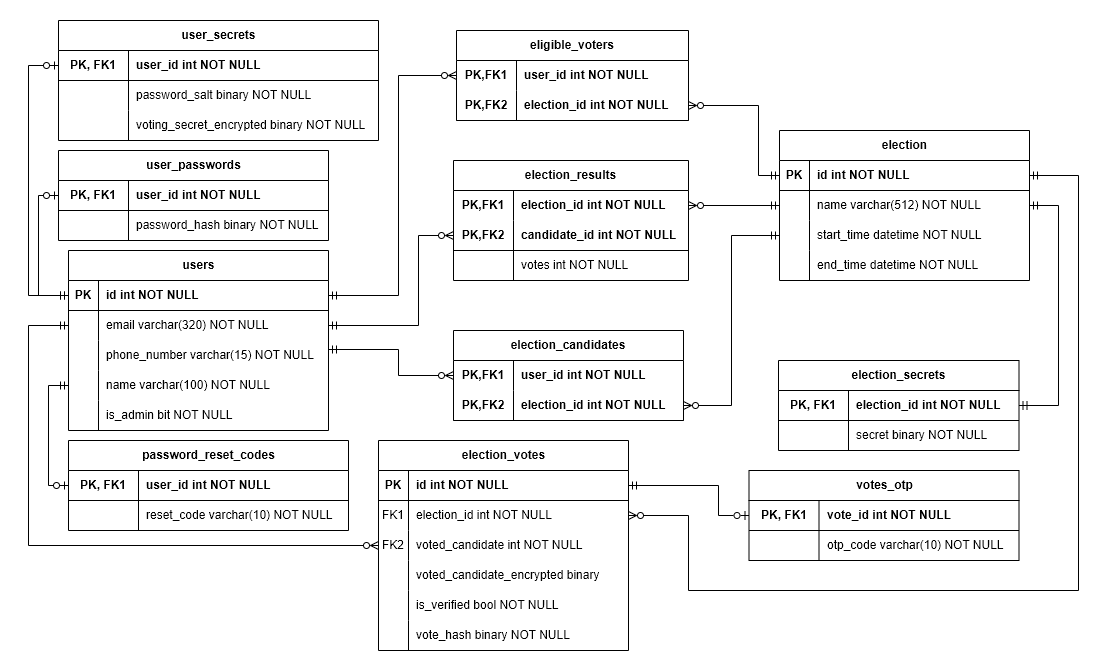
Before: EVotingSystem.Database/db_diagram.png, a diagram exported from draw.io (IrciHere/EVotingSystem). Source tidied: cells renumbered, new cells last; positions are measured from the earlier drawing's top-left corner, leaving out a move shared by most shapes.
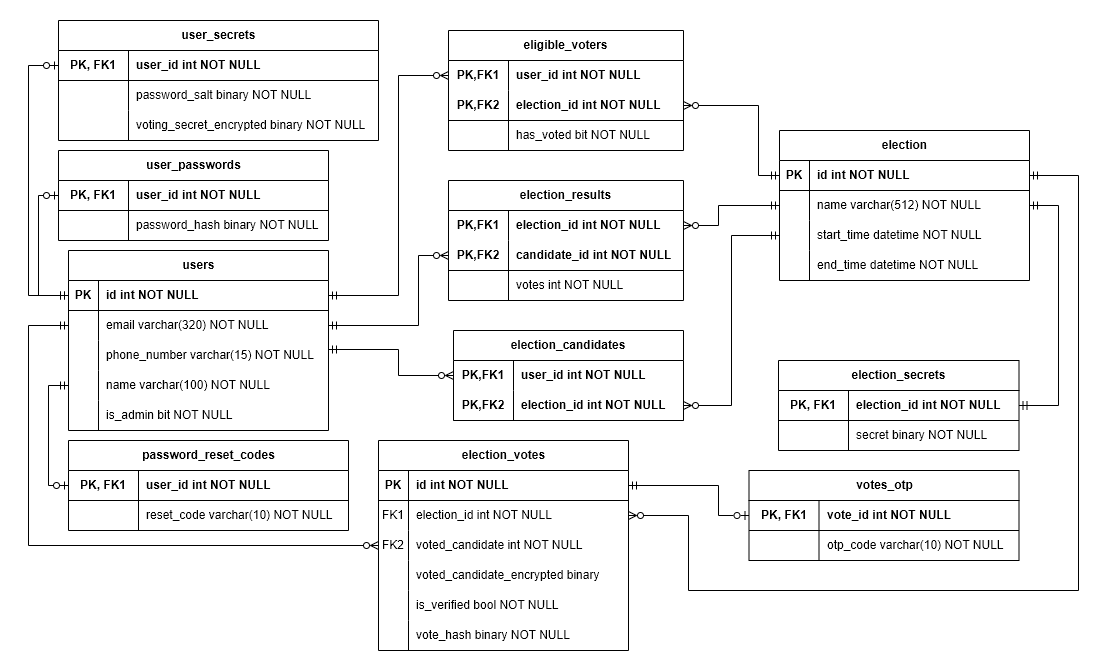
Above is the later version.

What changed in the source:
```diff
@@ -113,27 +113,6 @@
     <mxCell id="38" value="election_id int NOT NULL" style="shape=partialRectangle;fillColor=none;top=0;left=0;bottom=0;right=0;align=left;spacingLeft=6;fontStyle=1;overflow=hidden;html=1;whiteSpace=wrap;" parent="36" vertex="1">
       <mxGeometry x="60" width="170" height="30" as="geometry" />
     </mxCell>
-    <mxCell id="39" value="eligible_voters" style="shape=table;startSize=30;rowLines=0;fontStyle=1;align=center;html=1;whiteSpace=wrap;" parent="1" vertex="1">
-      <mxGeometry x="428" y="10" width="232" height="90" as="geometry" />
-    </mxCell>
-    <mxCell id="40" style="shape=tableRow;horizontal=0;startSize=0;swimlaneHead=0;swimlaneBody=0;fillColor=none;points=[[0,0.5],[1,0.5]];portConstraint=eastwest;top=0;left=0;right=0;bottom=0;html=1;" parent="39" vertex="1">
-      <mxGeometry y="30" width="232" height="30" as="geometry" />
-    </mxCell>
-    <mxCell id="41" value="PK,FK1" style="shape=partialRectangle;fillColor=none;top=0;left=0;bottom=0;right=0;fontStyle=1;overflow=hidden;html=1;whiteSpace=wrap;" parent="40" vertex="1">
-      <mxGeometry width="60" height="30" as="geometry" />
-    </mxCell>
-    <mxCell id="42" value="user_id int NOT NULL" style="shape=partialRectangle;fillColor=none;top=0;left=0;bottom=0;right=0;align=left;spacingLeft=6;fontStyle=1;overflow=hidden;html=1;whiteSpace=wrap;" parent="40" vertex="1">
-      <mxGeometry x="60" width="172" height="30" as="geometry" />
-    </mxCell>
-    <mxCell id="43" style="shape=tableRow;horizontal=0;startSize=0;swimlaneHead=0;swimlaneBody=0;fillColor=none;points=[[0,0.5],[1,0.5]];portConstraint=eastwest;top=0;left=0;right=0;bottom=1;html=1;" parent="39" vertex="1">
-      <mxGeometry y="60" width="232" height="30" as="geometry" />
-    </mxCell>
-    <mxCell id="44" value="PK,FK2" style="shape=partialRectangle;fillColor=none;top=0;left=0;bottom=0;right=0;fontStyle=1;overflow=hidden;html=1;whiteSpace=wrap;" parent="43" vertex="1">
-      <mxGeometry width="60" height="30" as="geometry" />
-    </mxCell>
-    <mxCell id="45" value="election_id int NOT NULL" style="shape=partialRectangle;fillColor=none;top=0;left=0;bottom=0;right=0;align=left;spacingLeft=6;fontStyle=1;overflow=hidden;html=1;whiteSpace=wrap;" parent="43" vertex="1">
-      <mxGeometry x="60" width="172" height="30" as="geometry" />
-    </mxCell>
     <mxCell id="46" value="election" style="shape=table;startSize=30;rowLines=0;fontStyle=1;align=center;html=1;swimlaneLine=1;verticalAlign=middle;" parent="1" vertex="1">
       <mxGeometry x="751" y="110" width="250" height="150" as="geometry" />
     </mxCell>
@@ -252,7 +231,7 @@
       <mxGeometry x="30" width="220" height="30" as="geometry" />
     </mxCell>
     <mxCell id="85" value="election_results" style="shape=table;startSize=30;rowLines=0;fontStyle=1;align=center;html=1;whiteSpace=wrap;" parent="1" vertex="1">
-      <mxGeometry x="425" y="140" width="235" height="120" as="geometry" />
+      <mxGeometry x="420" y="160" width="235" height="120" as="geometry" />
     </mxCell>
     <mxCell id="86" style="shape=tableRow;horizontal=0;startSize=0;swimlaneHead=0;swimlaneBody=0;fillColor=none;points=[[0,0.5],[1,0.5]];portConstraint=eastwest;top=0;left=0;right=0;bottom=0;html=1;" parent="85" vertex="1">
       <mxGeometry y="30" width="235" height="30" as="geometry" />
@@ -281,7 +260,7 @@
     <mxCell id="94" value="votes int NOT NULL" style="shape=partialRectangle;fillColor=none;top=0;left=0;bottom=0;right=0;align=left;spacingLeft=6;overflow=hidden;html=1;whiteSpace=wrap;" parent="92" vertex="1">
       <mxGeometry x="60" width="175" height="30" as="geometry" />
     </mxCell>
-    <mxCell id="95" style="edgeStyle=orthogonalEdgeStyle;rounded=0;jettySize=auto;html=1;exitX=0;exitY=0.5;exitDx=0;exitDy=0;entryX=1;entryY=0.5;entryDx=0;entryDy=0;endArrow=ERmandOne;endFill=0;startArrow=ERzeroToMany;startFill=0;" parent="1" edge="1" source="40" target="3">
+    <mxCell id="95" style="edgeStyle=orthogonalEdgeStyle;rounded=0;jettySize=auto;html=1;entryX=1;entryY=0.5;entryDx=0;entryDy=0;endArrow=ERmandOne;endFill=0;startArrow=ERzeroToMany;startFill=0;exitX=0;exitY=0.5;exitDx=0;exitDy=0;" parent="1" edge="1" source="125" target="3">
       <mxGeometry relative="1" as="geometry">
         <Array as="points">
           <mxPoint x="370" y="55" />
@@ -297,7 +276,7 @@
         </Array>
       </mxGeometry>
     </mxCell>
-    <mxCell id="97" style="edgeStyle=orthogonalEdgeStyle;rounded=0;jettySize=auto;html=1;exitX=0;exitY=0.5;exitDx=0;exitDy=0;entryX=1;entryY=0.5;entryDx=0;entryDy=0;endArrow=ERzeroToMany;endFill=0;startArrow=ERmandOne;startFill=0;" parent="1" edge="1" source="47" target="43">
+    <mxCell id="97" style="edgeStyle=orthogonalEdgeStyle;rounded=0;jettySize=auto;html=1;exitX=0;exitY=0.5;exitDx=0;exitDy=0;endArrow=ERzeroToMany;endFill=0;startArrow=ERmandOne;startFill=0;entryX=1;entryY=0.5;entryDx=0;entryDy=0;" parent="1" edge="1" source="47" target="126">
       <mxGeometry relative="1" as="geometry">
         <Array as="points">
           <mxPoint x="730" y="155" />
@@ -327,12 +306,17 @@
       </mxGeometry>
     </mxCell>
     <mxCell id="101" style="edgeStyle=orthogonalEdgeStyle;rounded=0;jettySize=auto;html=1;exitX=1;exitY=0.5;exitDx=0;exitDy=0;entryX=0;entryY=0.5;entryDx=0;entryDy=0;endArrow=ERmandOne;endFill=0;startArrow=ERzeroToMany;startFill=0;" parent="1" edge="1" source="86" target="50">
-      <mxGeometry relative="1" as="geometry" />
+      <mxGeometry relative="1" as="geometry">
+        <Array as="points">
+          <mxPoint x="690" y="205" />
+          <mxPoint x="690" y="185" />
+        </Array>
+      </mxGeometry>
     </mxCell>
     <mxCell id="102" style="edgeStyle=orthogonalEdgeStyle;rounded=0;jettySize=auto;html=1;exitX=0;exitY=0.5;exitDx=0;exitDy=0;entryX=1;entryY=0.5;entryDx=0;entryDy=0;startArrow=ERzeroToMany;startFill=0;endArrow=ERmandOne;endFill=0;" parent="1" edge="1" source="89" target="6">
       <mxGeometry relative="1" as="geometry">
         <Array as="points">
-          <mxPoint x="390" y="215" />
+          <mxPoint x="390" y="235" />
           <mxPoint x="390" y="305" />
         </Array>
       </mxGeometry>
@@ -418,5 +402,35 @@
         </Array>
       </mxGeometry>
     </mxCell>
+    <mxCell id="39" value="eligible_voters" style="shape=table;startSize=30;rowLines=0;fontStyle=1;align=center;html=1;whiteSpace=wrap;" parent="1" vertex="1">
+      <mxGeometry x="420" y="10" width="235" height="120" as="geometry" />
+    </mxCell>
+    <mxCell id="125" style="shape=tableRow;horizontal=0;startSize=0;swimlaneHead=0;swimlaneBody=0;fillColor=none;points=[[0,0.5],[1,0.5]];portConstraint=eastwest;top=0;left=0;right=0;bottom=0;html=1;" parent="39" vertex="1">
+      <mxGeometry y="30" width="235" height="30" as="geometry" />
+    </mxCell>
+    <mxCell id="41" value="PK,FK1" style="shape=partialRectangle;fillColor=none;top=0;left=0;bottom=0;right=0;fontStyle=1;overflow=hidden;html=1;whiteSpace=wrap;" parent="125" vertex="1">
+      <mxGeometry width="60" height="30" as="geometry" />
+    </mxCell>
+    <mxCell id="42" value="user_id int NOT NULL" style="shape=partialRectangle;fillColor=none;top=0;left=0;bottom=0;right=0;align=left;spacingLeft=6;fontStyle=1;overflow=hidden;html=1;whiteSpace=wrap;" parent="125" vertex="1">
+      <mxGeometry x="60" width="175" height="30" as="geometry" />
+    </mxCell>
+    <mxCell id="126" style="shape=tableRow;horizontal=0;startSize=0;swimlaneHead=0;swimlaneBody=0;fillColor=none;points=[[0,0.5],[1,0.5]];portConstraint=eastwest;top=0;left=0;right=0;bottom=1;html=1;" parent="39" vertex="1">
+      <mxGeometry y="60" width="235" height="30" as="geometry" />
+    </mxCell>
+    <mxCell id="44" value="PK,FK2" style="shape=partialRectangle;fillColor=none;top=0;left=0;bottom=0;right=0;fontStyle=1;overflow=hidden;html=1;whiteSpace=wrap;" parent="126" vertex="1">
+      <mxGeometry width="60" height="30" as="geometry" />
+    </mxCell>
+    <mxCell id="45" value="election_id int NOT NULL" style="shape=partialRectangle;fillColor=none;top=0;left=0;bottom=0;right=0;align=left;spacingLeft=6;fontStyle=1;overflow=hidden;html=1;whiteSpace=wrap;" parent="126" vertex="1">
+      <mxGeometry x="60" width="175" height="30" as="geometry" />
+    </mxCell>
+    <mxCell id="127" style="shape=tableRow;horizontal=0;startSize=0;swimlaneHead=0;swimlaneBody=0;fillColor=none;top=0;left=0;right=0;bottom=0;html=1;" parent="39" vertex="1">
+      <mxGeometry y="90" width="235" height="30" as="geometry" />
+    </mxCell>
+    <mxCell id="128" style="shape=partialRectangle;fillColor=none;top=0;left=0;bottom=0;right=0;overflow=hidden;html=1;whiteSpace=wrap;" parent="127" vertex="1">
+      <mxGeometry width="60" height="30" as="geometry" />
+    </mxCell>
+    <mxCell id="129" value="has_voted bit NOT NULL" style="shape=partialRectangle;fillColor=none;top=0;left=0;bottom=0;right=0;align=left;spacingLeft=6;overflow=hidden;html=1;whiteSpace=wrap;" parent="127" vertex="1">
+      <mxGeometry x="60" width="175" height="30" as="geometry" />
+    </mxCell>
   </root>
 </mxGraphModel>
```
